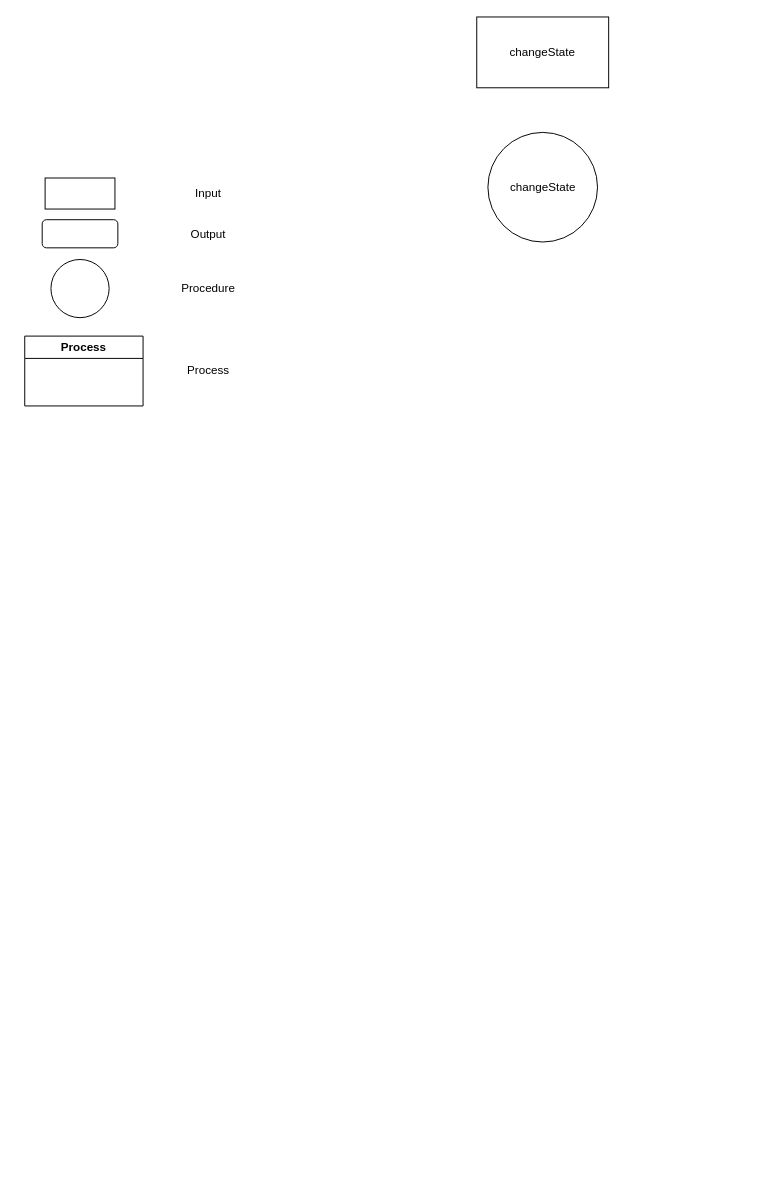
This is FSM.drawio from moafkaljabi/VHDL-FSM, a draw.io file, before an edit. Source tidied: cells renumbered, new cells numbered last; positions are measured from the earlier drawing's top-left corner, leaving out a move shared by most shapes. Both pictures are drawn from the tidied source at 97%, with x=0, y=0 at pixel (24, 16).
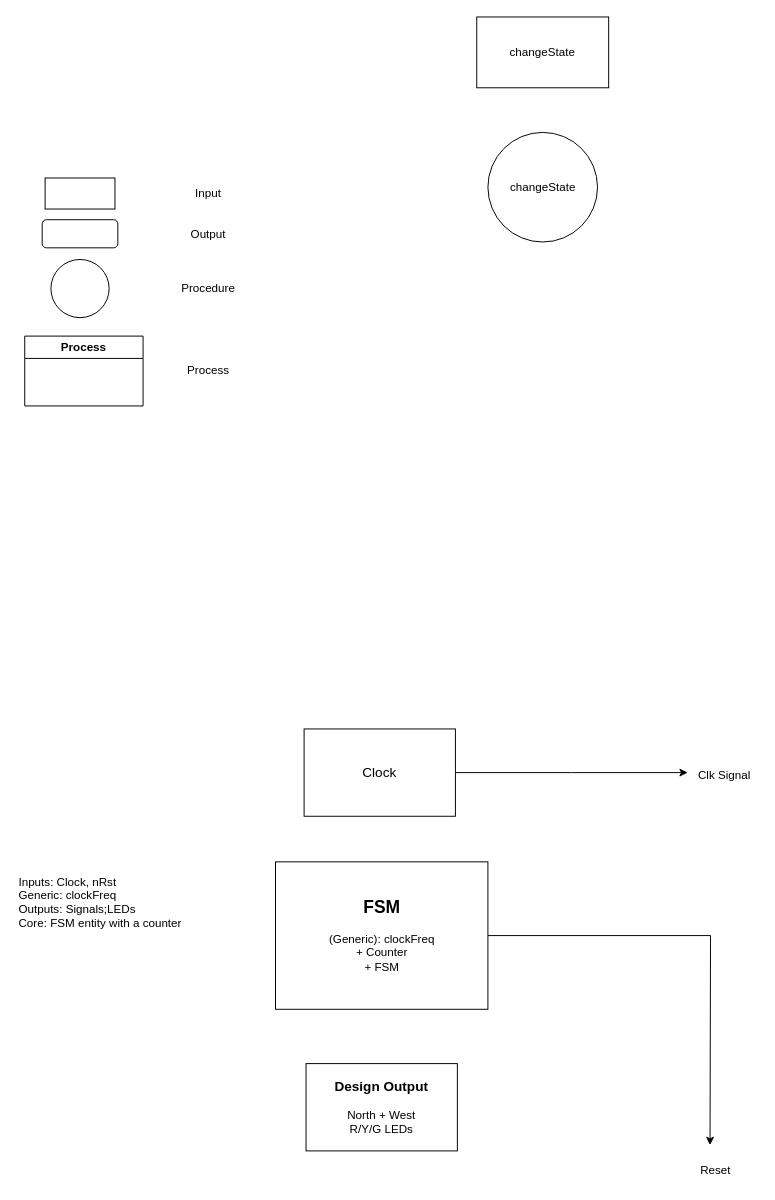
The same diagram, later.

Change to the diagram source:
```diff
@@
+    <mxCell id="12" style="edgeStyle=orthogonalEdgeStyle;rounded=0;jettySize=auto;html=1;" parent="1" edge="1" source="13">
+      <mxGeometry relative="1" as="geometry">
+        <mxPoint x="683.5" y="779" as="targetPoint" />
+      </mxGeometry>
+    </mxCell>
+    <mxCell id="13" value="&lt;font style=&quot;font-size: 14px;&quot;&gt;Clock&lt;/font&gt;" style="whiteSpace=wrap;html=1;" parent="1" vertex="1">
+      <mxGeometry x="288" y="734" width="156" height="90" as="geometry" />
+    </mxCell>
+    <mxCell id="14" style="edgeStyle=orthogonalEdgeStyle;rounded=0;jettySize=auto;html=1;exitX=1;exitY=0.5;exitDx=0;exitDy=0;" parent="1" edge="1" source="15">
+      <mxGeometry relative="1" as="geometry">
+        <mxPoint x="706.5" y="1163" as="targetPoint" />
+      </mxGeometry>
+    </mxCell>
+    <mxCell id="15" value="&lt;font style=&quot;font-size: 18px;&quot;&gt;&lt;b&gt;FSM&lt;/b&gt;&lt;/font&gt;&lt;div&gt;&lt;br&gt;&lt;/div&gt;&lt;div&gt;(Generic): clockFreq&lt;/div&gt;&lt;div&gt;+ Counter&lt;/div&gt;&lt;div&gt;+ FSM&lt;/div&gt;" style="whiteSpace=wrap;html=1;" parent="1" vertex="1">
+      <mxGeometry x="258.5" y="871" width="219" height="152" as="geometry" />
+    </mxCell>
+    <mxCell id="16" value="&lt;b&gt;&lt;font style=&quot;font-size: 14px;&quot;&gt;Design Output&lt;/font&gt;&lt;/b&gt;&lt;div&gt;&lt;span style=&quot;background-color: transparent; color: light-dark(rgb(0, 0, 0), rgb(255, 255, 255));&quot;&gt;&lt;br&gt;&lt;/span&gt;&lt;/div&gt;&lt;div&gt;&lt;span style=&quot;background-color: transparent; color: light-dark(rgb(0, 0, 0), rgb(255, 255, 255));&quot;&gt;North + West&lt;/span&gt;&lt;/div&gt;&lt;div&gt;R/Y/G LEDs&lt;/div&gt;" style="whiteSpace=wrap;html=1;" parent="1" vertex="1">
+      <mxGeometry x="290" y="1079" width="156" height="90" as="geometry" />
+    </mxCell>
+    <mxCell id="17" value="Clk Signal" style="text;html=1;align=center;verticalAlign=middle;strokeColor=none;fillColor=none;" parent="1" vertex="1">
+      <mxGeometry x="685" y="769" width="72" height="26" as="geometry" />
+    </mxCell>
+    <mxCell id="18" value="Reset" style="text;html=1;align=center;verticalAlign=middle;strokeColor=none;fillColor=none;" parent="1" vertex="1">
+      <mxGeometry x="687" y="1176" width="49" height="26" as="geometry" />
+    </mxCell>
+    <mxCell id="19" value="Inputs: Clock, nRst&amp;nbsp;&lt;div&gt;Generic: clockFreq&lt;br&gt;&lt;div&gt;Outputs: Signals;LEDs&lt;/div&gt;&lt;div&gt;Core: FSM entity with a counter&lt;/div&gt;&lt;div&gt;&lt;br&gt;&lt;/div&gt;&lt;/div&gt;" style="text;html=1;align=left;verticalAlign=middle;strokeColor=none;fillColor=none;" parent="1" vertex="1">
+      <mxGeometry x="-8" y="878" width="186" height="84" as="geometry" />
+    </mxCell>
```
